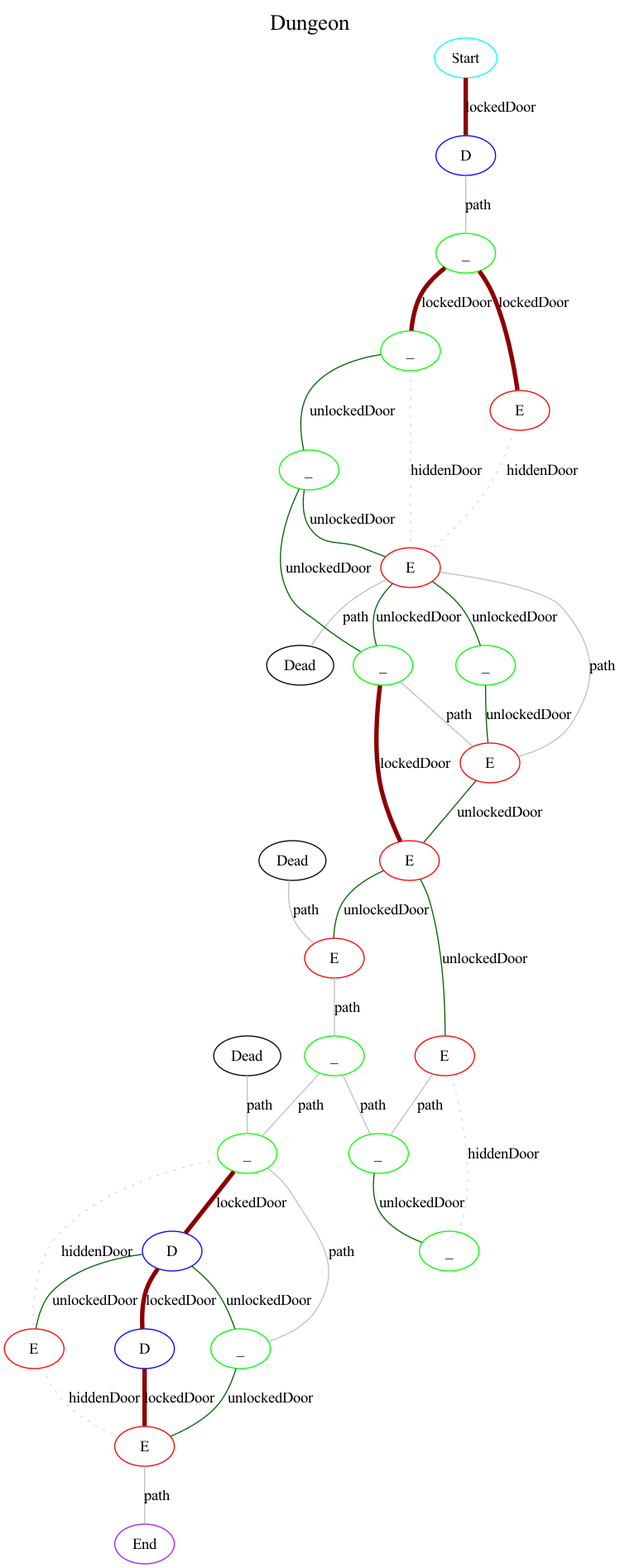
This is graph.png from kelceydamage/go-rogue, a Graphviz export, as it was before one commit. Its source is kept beside it as graph.dot.
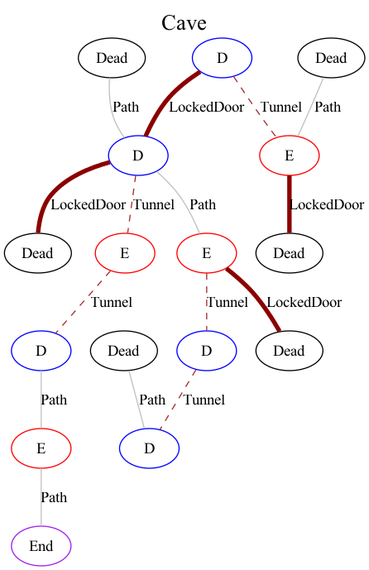
After the change.

What changed in the source:
```diff
@@ -1,68 +1,57 @@
 graph G {
-  label="Dungeon";
+  label="Forest";
   labelloc="t";
   fontsize="20";
-  5 [label="_", color="green"];
-  10 [label="E", color="red"];
-  14 [label="Dead", color="black"];
-  17 [label="_", color="green"];
-  20 [label="D", color="blue"];
-  23 [label="D", color="blue"];
+  11 [label="Dead", color="black"];
+  15 [label="E", color="red"];
   1 [label="D", color="blue"];
+  2 [label="D", color="blue"];
+  5 [label="D", color="blue"];
   8 [label="_", color="green"];
-  11 [label="Dead", color="black"];
-  18 [label="_", color="green"];
-  2 [label="_", color="green"];
-  4 [label="E", color="red"];
+  10 [label="Dead", color="black"];
+  13 [label="D", color="blue"];
+  4 [label="_", color="green"];
+  6 [label="E", color="red"];
   7 [label="E", color="red"];
   9 [label="_", color="green"];
-  21 [label="_", color="green"];
-  22 [label="E", color="red"];
-  25 [label="End", color="purple"];
-  3 [label="Dead", color="black"];
-  6 [label="_", color="green"];
+  14 [label="_", color="green"];
+  17 [label="D", color="blue"];
+  21 [label="End", color="purple"];
+  0 [label="Dead", color="black"];
   12 [label="E", color="red"];
-  13 [label="E", color="red"];
-  15 [label="E", color="red"];
   16 [label="_", color="green"];
+  18 [label="D", color="blue"];
   19 [label="_", color="green"];
-  24 [label="E", color="red"];
-  0 [label="Start", color="cyan"];
-  23 -- 24 [label="lockedDoor", color="darkred", style="bold", penwidth="4"];
-  1 -- 2 [label="path", color="gray", style="solid", penwidth="1"];
-  8 -- 10 [label="unlockedDoor", color="darkgreen", style="solid", penwidth="1"];
-  11 -- 19 [label="path", color="gray", style="solid", penwidth="1"];
-  2 -- 4 [label="lockedDoor", color="darkred", style="bold", penwidth="4"];
-  2 -- 5 [label="lockedDoor", color="darkred", style="bold", penwidth="4"];
-  4 -- 7 [label="hiddenDoor", color="lightgray", style="dotted", penwidth="1"];
-  7 -- 10 [label="path", color="gray", style="solid", penwidth="1"];
-  7 -- 8 [label="unlockedDoor", color="darkgreen", style="solid", penwidth="1"];
-  7 -- 9 [label="unlockedDoor", color="darkgreen", style="solid", penwidth="1"];
-  7 -- 14 [label="path", color="gray", style="solid", penwidth="1"];
-  9 -- 12 [label="lockedDoor", color="darkred", style="bold", penwidth="4"];
-  9 -- 10 [label="path", color="gray", style="solid", penwidth="1"];
-  21 -- 24 [label="unlockedDoor", color="darkgreen", style="solid", penwidth="1"];
-  22 -- 24 [label="hiddenDoor", color="lightgray", style="dotted", penwidth="1"];
-  3 -- 13 [label="path", color="gray", style="solid", penwidth="1"];
-  6 -- 9 [label="unlockedDoor", color="darkgreen", style="solid", penwidth="1"];
-  6 -- 7 [label="unlockedDoor", color="darkgreen", style="solid", penwidth="1"];
-  12 -- 15 [label="unlockedDoor", color="darkgreen", style="solid", penwidth="1"];
-  12 -- 13 [label="unlockedDoor", color="darkgreen", style="solid", penwidth="1"];
-  13 -- 16 [label="path", color="gray", style="solid", penwidth="1"];
-  15 -- 18 [label="hiddenDoor", color="lightgray", style="dotted", penwidth="1"];
-  15 -- 17 [label="path", color="gray", style="solid", penwidth="1"];
-  16 -- 17 [label="path", color="gray", style="solid", penwidth="1"];
-  16 -- 19 [label="path", color="gray", style="solid", penwidth="1"];
-  19 -- 21 [label="path", color="gray", style="solid", penwidth="1"];
-  19 -- 22 [label="hiddenDoor", color="lightgray", style="dotted", penwidth="1"];
-  19 -- 20 [label="lockedDoor", color="darkred", style="bold", penwidth="4"];
-  24 -- 25 [label="path", color="gray", style="solid", penwidth="1"];
-  0 -- 1 [label="lockedDoor", color="darkred", style="bold", penwidth="4"];
-  5 -- 6 [label="unlockedDoor", color="darkgreen", style="solid", penwidth="1"];
-  5 -- 7 [label="hiddenDoor", color="lightgray", style="dotted", penwidth="1"];
-  10 -- 12 [label="unlockedDoor", color="darkgreen", style="solid", penwidth="1"];
-  17 -- 18 [label="unlockedDoor", color="darkgreen", style="solid", penwidth="1"];
-  20 -- 22 [label="unlockedDoor", color="darkgreen", style="solid", penwidth="1"];
-  20 -- 21 [label="unlockedDoor", color="darkgreen", style="solid", penwidth="1"];
-  20 -- 23 [label="lockedDoor", color="darkred", style="bold", penwidth="4"];
+  20 [label="E", color="red"];
+  3 [label="_", color="green"];
+  0 -- 19 [label="Path", color="gray", style="solid", penwidth="1"];
+  12 -- 14 [label="Path", color="gray", style="solid", penwidth="1"];
+  12 -- 13 [label="Path", color="gray", style="solid", penwidth="1"];
+  16 -- 18 [label="Path", color="gray", style="solid", penwidth="1"];
+  16 -- 19 [label="Path", color="gray", style="solid", penwidth="1"];
+  18 -- 20 [label="Tunnel", color="brown", style="dashed", penwidth="1"];
+  20 -- 21 [label="Path", color="gray", style="solid", penwidth="1"];
+  3 -- 5 [label="Path", color="gray", style="solid", penwidth="1"];
+  11 -- 12 [label="Path", color="gray", style="solid", penwidth="1"];
+  15 -- 17 [label="Path", color="gray", style="solid", penwidth="1"];
+  15 -- 18 [label="Crossing", color="lightblue", style="dashed", penwidth="8"];
+  1 -- 4 [label="Path", color="gray", style="solid", penwidth="1"];
+  1 -- 2 [label="Path", color="gray", style="solid", penwidth="1"];
+  2 -- 3 [label="Path", color="gray", style="solid", penwidth="1"];
+  2 -- 4 [label="Path", color="gray", style="solid", penwidth="1"];
+  5 -- 7 [label="Path", color="gray", style="solid", penwidth="1"];
+  8 -- 10 [label="Path", color="gray", style="solid", penwidth="1"];
+  13 -- 15 [label="Path", color="gray", style="solid", penwidth="1"];
+  13 -- 14 [label="Path", color="gray", style="solid", penwidth="1"];
+  13 -- 16 [label="Path", color="gray", style="solid", penwidth="1"];
+  4 -- 7 [label="Path", color="gray", style="solid", penwidth="1"];
+  4 -- 6 [label="Path", color="gray", style="solid", penwidth="1"];
+  6 -- 7 [label="Path", color="gray", style="solid", penwidth="1"];
+  7 -- 8 [label="LockedDoor", color="darkred", style="bold", penwidth="4"];
+  7 -- 9 [label="Path", color="gray", style="solid", penwidth="1"];
+  9 -- 12 [label="Path", color="gray", style="solid", penwidth="1"];
+  14 -- 17 [label="Crossing", color="lightblue", style="dashed", penwidth="8"];
+  14 -- 15 [label="Path", color="gray", style="solid", penwidth="1"];
+  17 -- 18 [label="Crossing", color="lightblue", style="dashed", penwidth="8"];
+  17 -- 20 [label="Tunnel", color="brown", style="dashed", penwidth="1"];
 }
```
